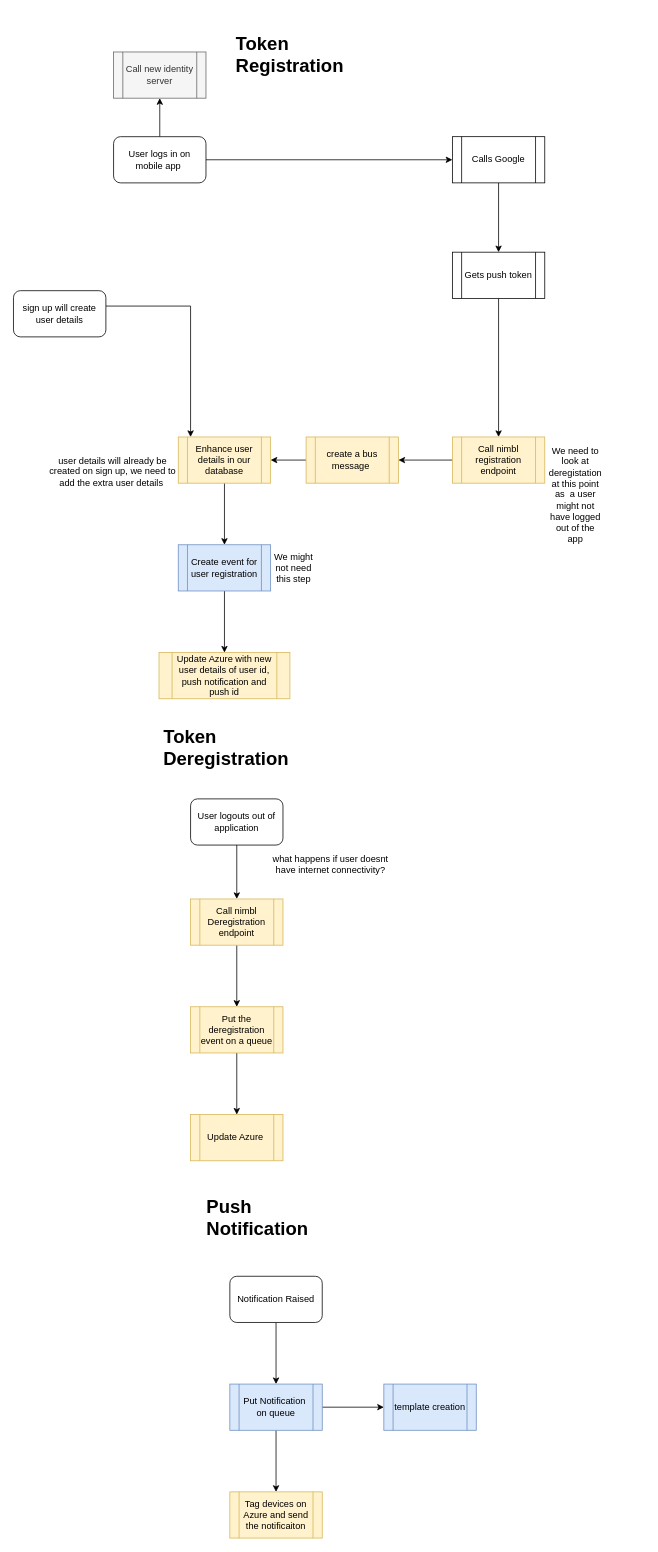
mattwatts36/drawings keeps this draw.io diagram as CaxtonPushNotifications.drawio. Above is the earlier version. Source tidied: cells renumbered, new cells numbered last; positions are measured from the earlier drawing's top-left corner, leaving out a move shared by most shapes. Both pictures are drawn from the tidied source at 77%, with x=0, y=0 at pixel (13, 28).
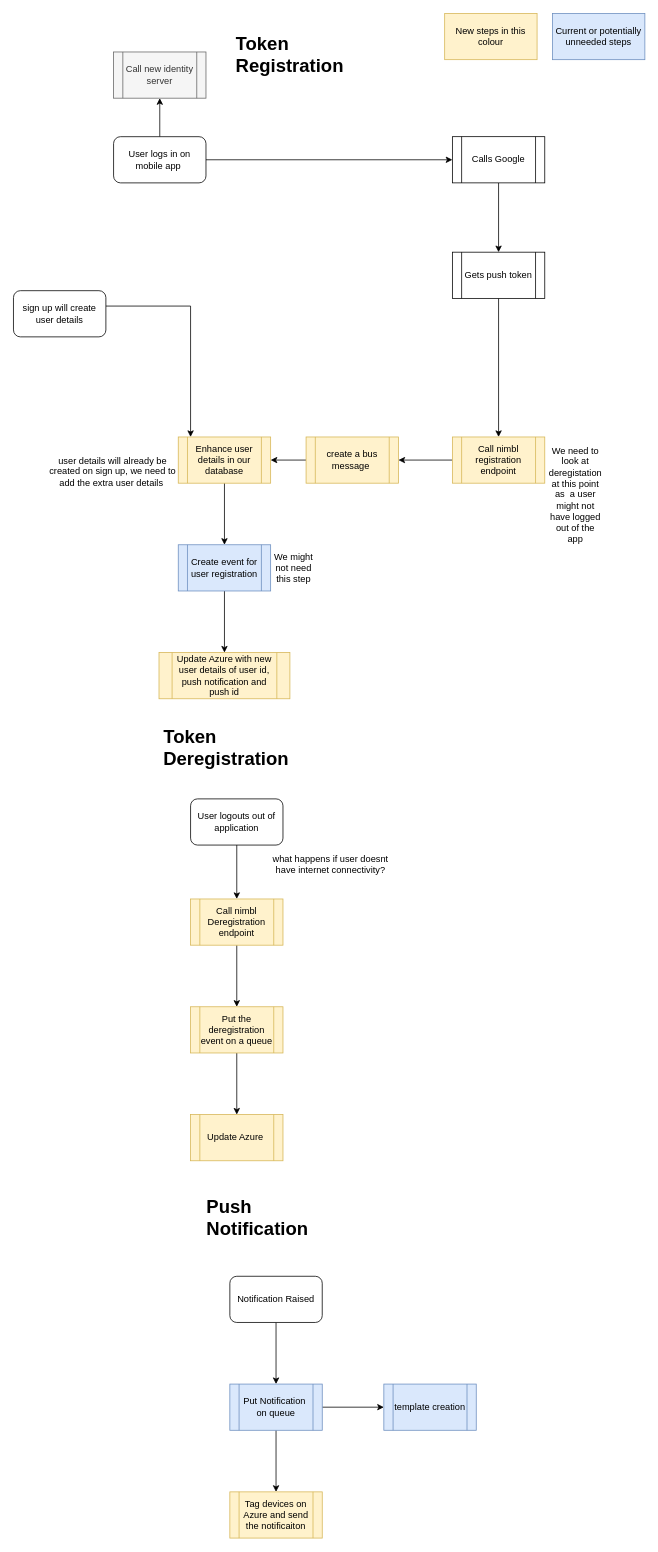
The same diagram, later.

Commit message:
added colour code

Diff of the diagram source:
```diff
@@
+    <mxCell id="42" value="New steps in this colour" style="rounded=0;whiteSpace=wrap;html=1;fillColor=#fff2cc;strokeColor=#d6b656;" parent="1" vertex="1">
+      <mxGeometry x="560" y="-20" width="120" height="60" as="geometry" />
+    </mxCell>
+    <mxCell id="43" value="Current or potentially unneeded steps" style="rounded=0;whiteSpace=wrap;html=1;fillColor=#dae8fc;strokeColor=#6c8ebf;" parent="1" vertex="1">
+      <mxGeometry x="700" y="-20" width="120" height="60" as="geometry" />
+    </mxCell>
```
